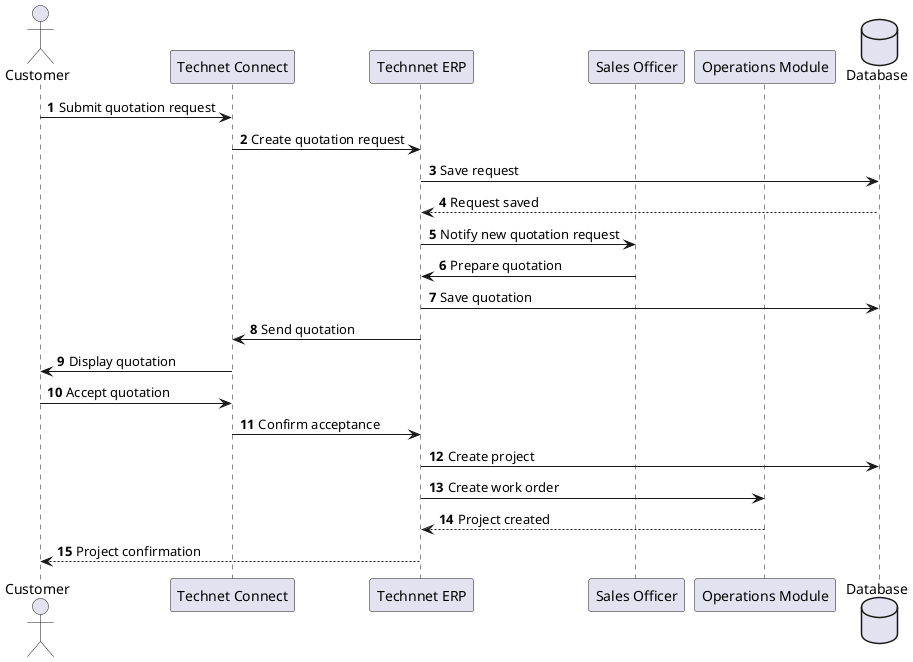
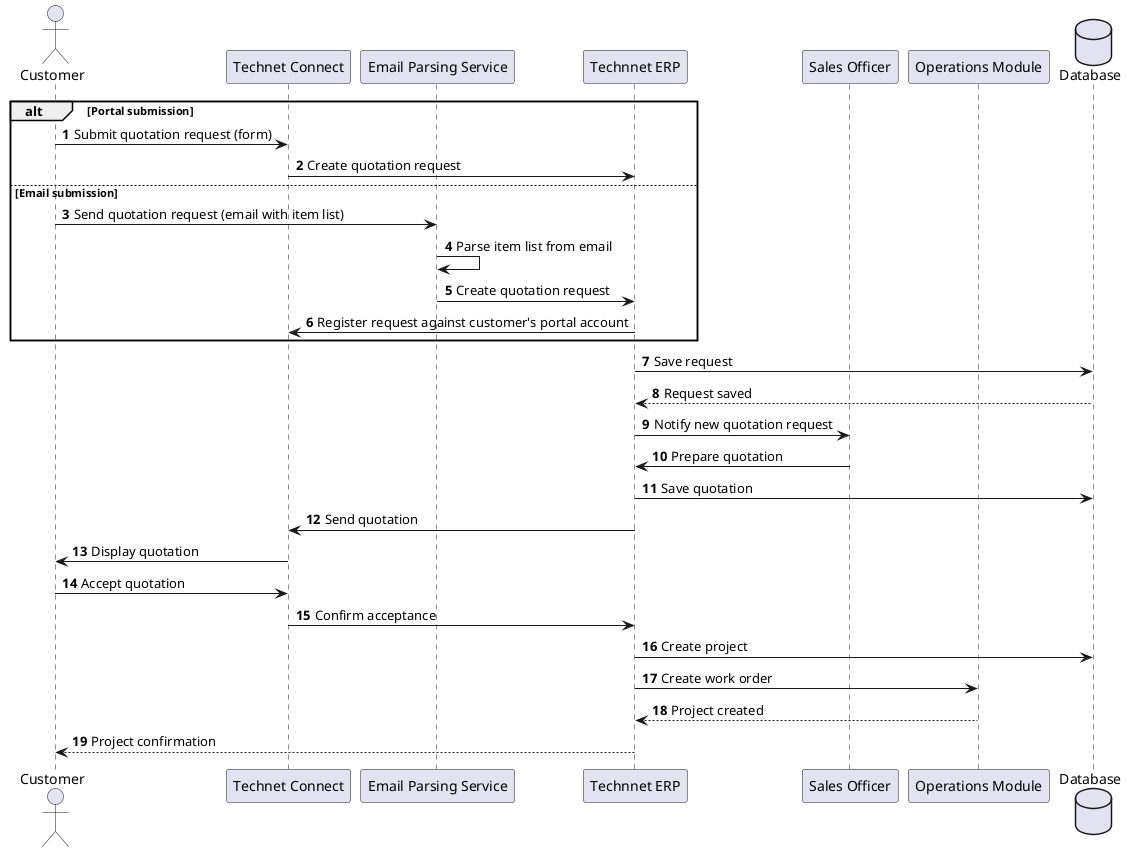
@startuml TEDE_Customer_Quotation_Process
autonumber

actor Customer
participant "Technet Connect" as Connect
+ participant "Email Parsing Service" as EmailParser
participant "Technnet ERP" as ERP
participant "Sales Officer" as Sales
participant "Operations Module" as Ops
database Database

- Customer -> Connect : Submit quotation request
- Connect -> ERP : Create quotation request
+ alt Portal submission
+   Customer -> Connect : Submit quotation request (form)
+   Connect -> ERP : Create quotation request
+ else Email submission
+   Customer -> EmailParser : Send quotation request (email with item list)
+   EmailParser -> EmailParser : Parse item list from email
+   EmailParser -> ERP : Create quotation request
+   ERP -> Connect : Register request against customer's portal account
+ end
+ 
ERP -> Database : Save request
Database --> ERP : Request saved

ERP -> Sales : Notify new quotation request

Sales -> ERP : Prepare quotation
ERP -> Database : Save quotation

ERP -> Connect : Send quotation

Connect -> Customer : Display quotation

Customer -> Connect : Accept quotation

Connect -> ERP : Confirm acceptance

ERP -> Database : Create project

ERP -> Ops : Create work order

Ops --> ERP : Project created

ERP --> Customer : Project confirmation

@enduml